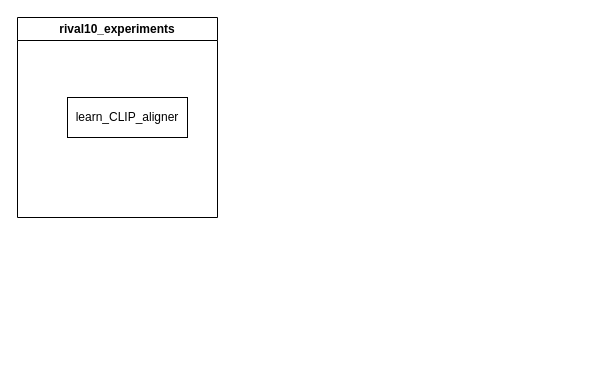
Above: concepts_verif_map.drawio in armandocodigos/draw_io_files (draw.io), before the change. Source tidied: cells renumbered, new cells numbered last; positions are measured from the earlier drawing's top-left corner, leaving out a move shared by most shapes. Both pictures are drawn from the tidied source at 100%, with x=0, y=0 at pixel (17, 17).
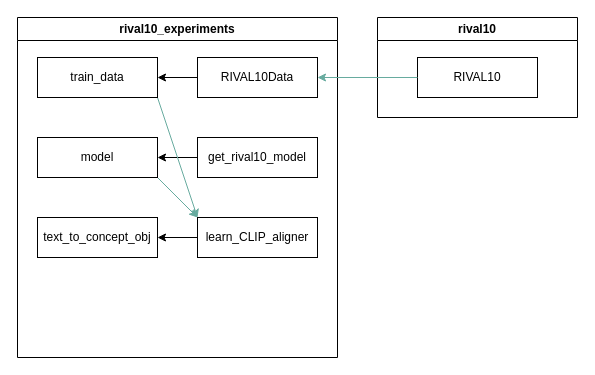
The same page after the edit.

Diff of the diagram source:
```diff
@@
 <mxGraphModel>
   <root>
     <mxCell id="0" />
     <mxCell id="1" parent="0" />
     <mxCell id="2" value="rival10_experiments" style="swimlane;whiteSpace=wrap;html=1;" parent="1" vertex="1">
-      <mxGeometry width="200" height="200" as="geometry" />
+      <mxGeometry width="320" height="340" as="geometry" />
     </mxCell>
+    <mxCell id="4" value="text_to_concept_obj" style="whiteSpace=wrap;html=1;" parent="2" vertex="1">
+      <mxGeometry x="20" y="200" width="120" height="40" as="geometry" />
+    </mxCell>
+    <mxCell id="5" style="edgeStyle=orthogonalEdgeStyle;rounded=0;jettySize=auto;html=1;entryX=1;entryY=0.5;entryDx=0;entryDy=0;" parent="2" edge="1" source="3" target="4">
+      <mxGeometry relative="1" as="geometry" />
+    </mxCell>
-    <mxCell id="3" value="learn_CLIP_aligner" style="whiteSpace=wrap;html=1;" parent="1" vertex="1">
-      <mxGeometry x="50" y="80" width="120" height="40" as="geometry" />
+    <mxCell id="3" value="learn_CLIP_aligner" style="whiteSpace=wrap;html=1;" parent="2" vertex="1">
+      <mxGeometry x="180" y="200" width="120" height="40" as="geometry" />
     </mxCell>
+    <mxCell id="6" style="rounded=0;jettySize=auto;html=1;exitX=1;exitY=1;exitDx=0;exitDy=0;entryX=0;entryY=0;entryDx=0;entryDy=0;strokeColor=#67AB9F;" parent="2" edge="1" source="7" target="3">
+      <mxGeometry relative="1" as="geometry" />
+    </mxCell>
+    <mxCell id="7" value="model" style="whiteSpace=wrap;html=1;" parent="2" vertex="1">
+      <mxGeometry x="20" y="120" width="120" height="40" as="geometry" />
+    </mxCell>
+    <mxCell id="8" style="edgeStyle=orthogonalEdgeStyle;rounded=0;jettySize=auto;html=1;entryX=1;entryY=0.5;entryDx=0;entryDy=0;" parent="2" edge="1" source="9" target="7">
+      <mxGeometry relative="1" as="geometry" />
+    </mxCell>
+    <mxCell id="9" value="get_rival10_model" style="whiteSpace=wrap;html=1;" parent="2" vertex="1">
+      <mxGeometry x="180" y="120" width="120" height="40" as="geometry" />
+    </mxCell>
+    <mxCell id="10" style="rounded=0;jettySize=auto;html=1;exitX=1;exitY=1;exitDx=0;exitDy=0;entryX=0;entryY=0;entryDx=0;entryDy=0;strokeColor=#67AB9F;" parent="2" edge="1" source="11" target="3">
+      <mxGeometry relative="1" as="geometry" />
+    </mxCell>
+    <mxCell id="11" value="train_data" style="whiteSpace=wrap;html=1;" parent="2" vertex="1">
+      <mxGeometry x="20" y="40" width="120" height="40" as="geometry" />
+    </mxCell>
+    <mxCell id="12" style="edgeStyle=orthogonalEdgeStyle;rounded=0;jettySize=auto;html=1;entryX=1;entryY=0.5;entryDx=0;entryDy=0;" parent="2" edge="1" source="13" target="11">
+      <mxGeometry relative="1" as="geometry" />
+    </mxCell>
+    <mxCell id="13" value="RIVAL10Data" style="whiteSpace=wrap;html=1;" parent="2" vertex="1">
+      <mxGeometry x="180" y="40" width="120" height="40" as="geometry" />
+    </mxCell>
+    <mxCell id="14" value="&lt;div&gt;rival10&lt;/div&gt;" style="swimlane;whiteSpace=wrap;html=1;" parent="1" vertex="1">
+      <mxGeometry x="360" width="200" height="100" as="geometry" />
+    </mxCell>
+    <mxCell id="15" value="RIVAL10" style="whiteSpace=wrap;html=1;" parent="14" vertex="1">
+      <mxGeometry x="40" y="40" width="120" height="40" as="geometry" />
+    </mxCell>
+    <mxCell id="16" style="rounded=0;jettySize=auto;html=1;exitX=0;exitY=0.5;exitDx=0;exitDy=0;entryX=1;entryY=0.5;entryDx=0;entryDy=0;strokeColor=#67AB9F;" parent="1" edge="1" source="15" target="13">
+      <mxGeometry relative="1" as="geometry" />
+    </mxCell>
   </root>
 </mxGraphModel>
```
